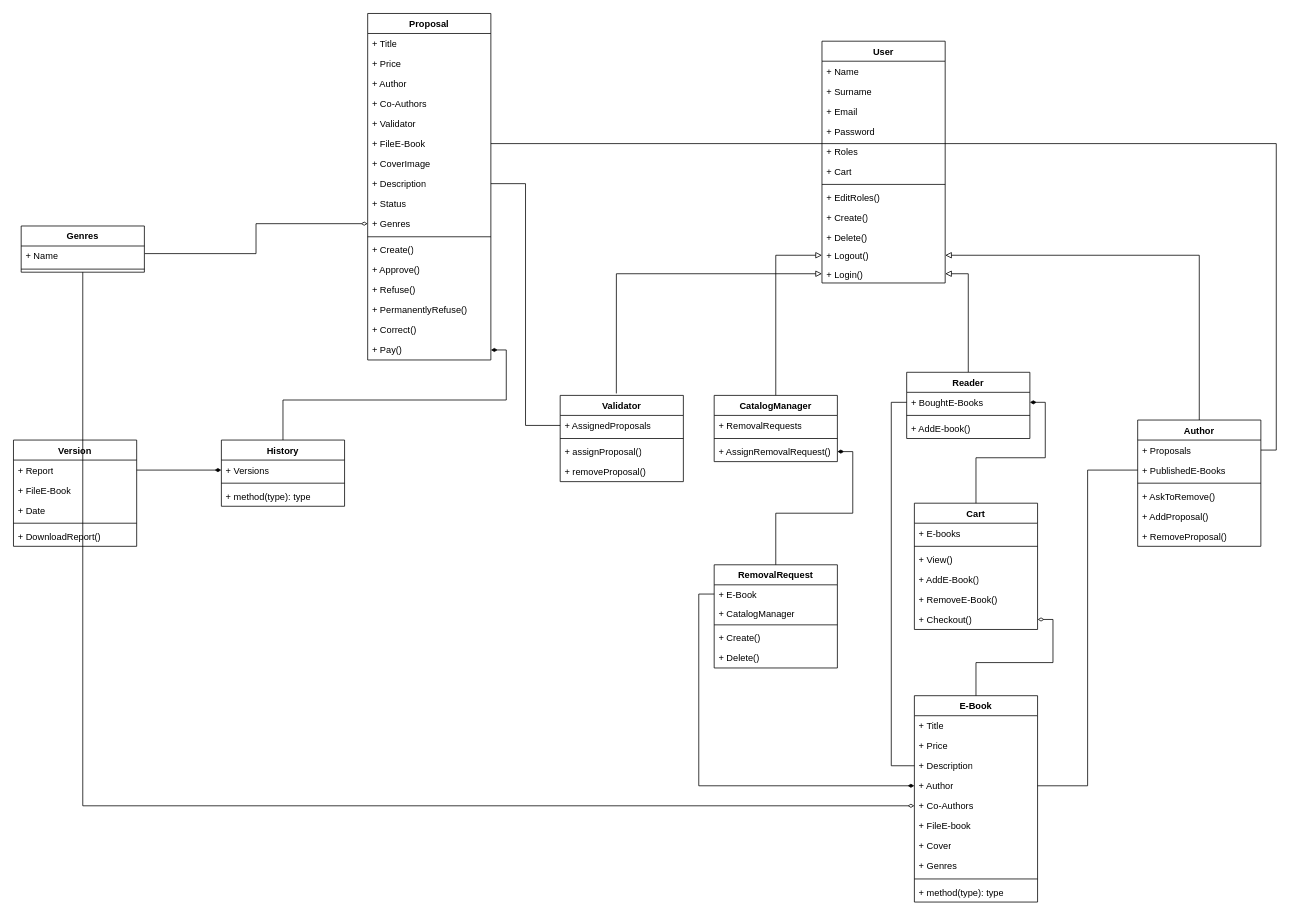
This is Deliverables/ClassDiagram.drawio from Dabi1290/BookVerse, a draw.io file, before an edit. Source tidied: cells renumbered, new cells numbered last; positions are measured from the earlier drawing's top-left corner, leaving out a move shared by most shapes. Both pictures are drawn from the tidied source at 77%, with x=0, y=0 at pixel (13, 13).
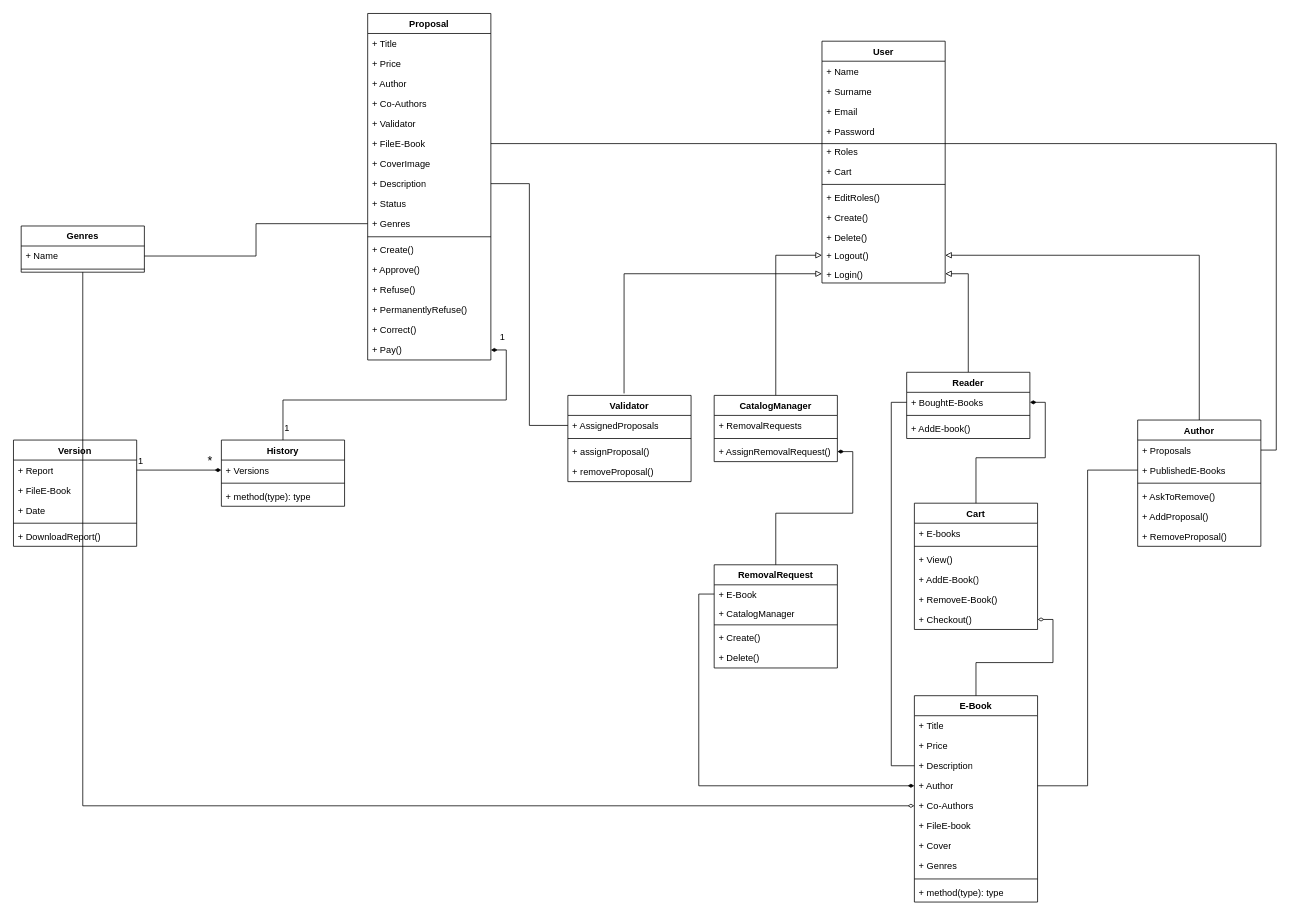
After the change.

The change refers to these unchanged cells:
```xml
<mxCell id="12" value="+ Genres" style="text;strokeColor=none;fillColor=none;align=left;verticalAlign=top;spacingLeft=4;spacingRight=4;overflow=hidden;points=[[0,0.5],[1,0.5]];portConstraint=eastwest;whiteSpace=wrap;html=1;" parent="2" vertex="1">
  <mxGeometry y="260" width="160" height="26" as="geometry" />
</mxCell>
<mxCell id="49" value="+ Name" style="text;strokeColor=none;fillColor=none;align=left;verticalAlign=top;spacingLeft=4;spacingRight=4;overflow=hidden;points=[[0,0.5],[1,0.5]];portConstraint=eastwest;whiteSpace=wrap;html=1;" parent="48" vertex="1">
  <mxGeometry y="26" width="160" height="26" as="geometry" />
</mxCell>
```

Change to the diagram source:
```diff
@@
     <mxCell id="75" value="Validator" style="swimlane;fontStyle=1;align=center;verticalAlign=top;horizontal=1;startSize=26;whiteSpace=wrap;html=1;" parent="1" vertex="1">
-      <mxGeometry x="710" y="496" width="160" height="112" as="geometry" />
+      <mxGeometry x="720" y="496" width="160" height="112" as="geometry" />
     </mxCell>
@@
-    <mxCell id="100" style="edgeStyle=orthogonalEdgeStyle;rounded=0;jettySize=auto;html=1;exitX=0;exitY=0.5;exitDx=0;exitDy=0;entryX=1.003;entryY=0.379;entryDx=0;entryDy=0;entryPerimeter=0;endArrow=none;endFill=0;startArrow=diamondThin;startFill=0;" parent="1" edge="1" source="12" target="49">
-      <mxGeometry relative="1" as="geometry" />
-    </mxCell>
@@
+    <mxCell id="106" style="edgeStyle=orthogonalEdgeStyle;rounded=0;jettySize=auto;html=1;exitX=1;exitY=0.5;exitDx=0;exitDy=0;entryX=0;entryY=0.5;entryDx=0;entryDy=0;endArrow=none;endFill=0;" parent="1" edge="1" source="49" target="12">
+      <mxGeometry relative="1" as="geometry" />
+    </mxCell>
+    <mxCell id="107" value="1" style="text;html=1;align=center;verticalAlign=middle;strokeColor=none;fillColor=none;" parent="1" vertex="1">
+      <mxGeometry x="620" y="406" width="30" height="30" as="geometry" />
+    </mxCell>
+    <mxCell id="108" value="1" style="text;html=1;align=center;verticalAlign=middle;strokeColor=none;fillColor=none;" parent="1" vertex="1">
+      <mxGeometry x="340" y="524" width="30" height="30" as="geometry" />
+    </mxCell>
+    <mxCell id="109" value="1" style="text;html=1;align=center;verticalAlign=middle;strokeColor=none;fillColor=none;" parent="1" vertex="1">
+      <mxGeometry x="150" y="566" width="30" height="30" as="geometry" />
+    </mxCell>
+    <mxCell id="110" value="&lt;font style=&quot;font-size: 16px;&quot;&gt;*&lt;/font&gt;" style="text;html=1;align=center;verticalAlign=middle;strokeColor=none;fillColor=none;" parent="1" vertex="1">
+      <mxGeometry x="240" y="566" width="30" height="30" as="geometry" />
+    </mxCell>
```
